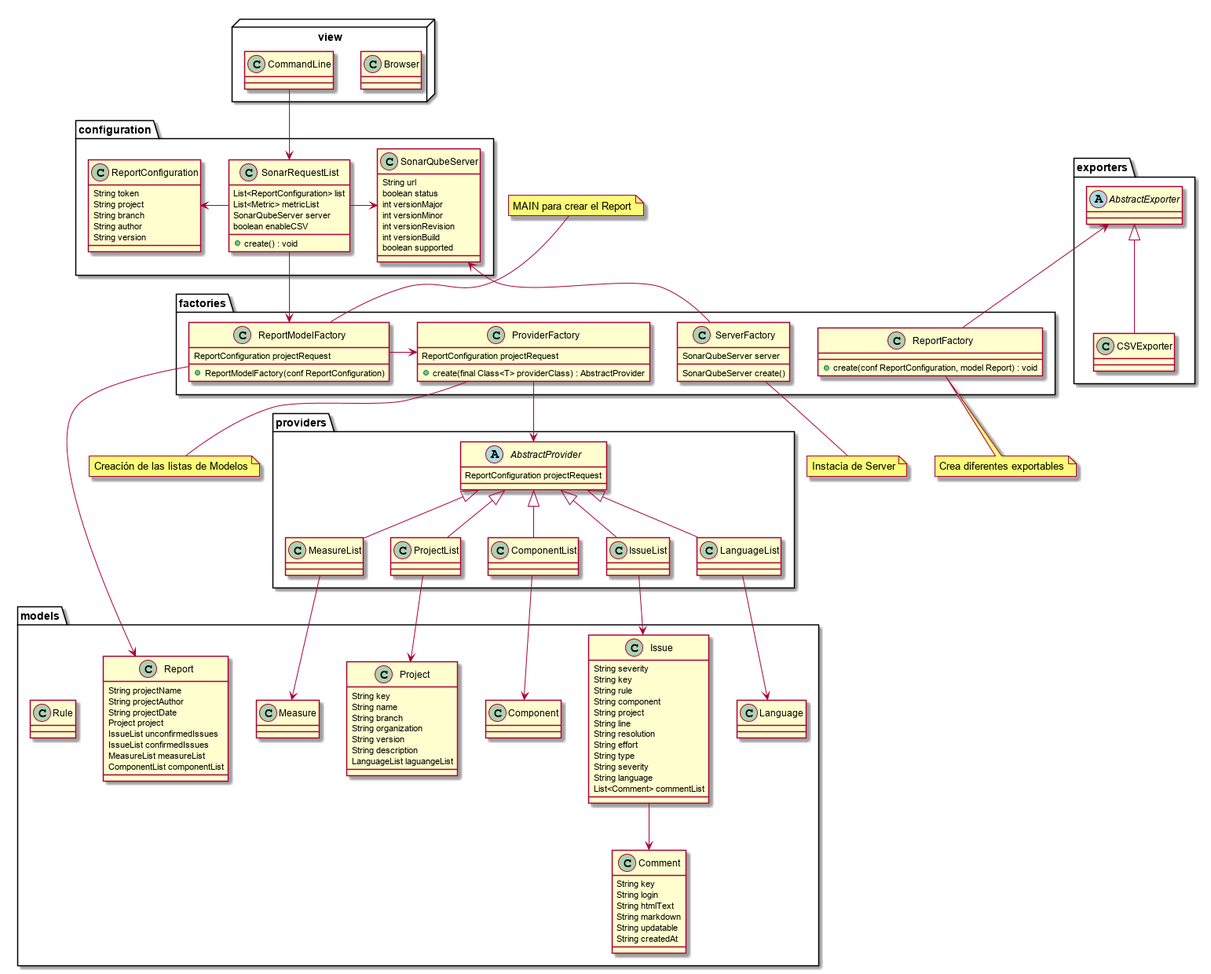
Above: SonarReportMaven/out/diagrama_de_clases/components.png in iakigarci/SonarReport (PlantUML), before the change. The source it was exported from:
```plantuml
@startuml components

package providers {

    abstract AbstractProvider {
        ReportConfiguration projectRequest
    }

    class ComponentList {

    }

    class IssueList {

    }

    class LanguageList {

    }

    class MeasureList {

    }

    class ProjectList {

    }

}

package factories {
    class ProviderFactory {
        ReportConfiguration projectRequest
        +create(final Class<T> providerClass) : AbstractProvider
    }

    class ReportFactory {
        +create(conf ReportConfiguration, model Report) : void
    }

    class ReportModelFactory {
        ReportConfiguration projectRequest
        +ReportModelFactory(conf ReportConfiguration)
    }

    class ServerFactory {
        SonarQubeServer server
        SonarQubeServer create()
    }
}

package exporters {
    abstract AbstractExporter {

    }

    class CSVExporter {

    }
}

package models {
    class Comment {
        String key
        String login
        String htmlText
        String markdown
        String updatable
        String createdAt
    }

    class Component {

    }

    class Issue {
         String severity
         String key
         String rule
         String component
         String project
         String line
         String resolution
         String effort
         String type
         String severity
         String language
         List<Comment> commentList
    }

    class Language {

    }

    class Measure {

    }

    class Project {
        String key
        String name
        String branch
        String organization
        String version
        String description
        LanguageList laguangeList
    }

    class Report {
        String projectName
        String projectAuthor
        String projectDate
        Project project
        IssueList unconfirmedIssues
        IssueList confirmedIssues
        MeasureList measureList
        ComponentList componentList
    }

    class Rule {

    }
}

package configuration {
    class SonarRequestList {
        List<ReportConfiguration> list
        List<Metric> metricList
        SonarQubeServer server
        boolean enableCSV
        +create() : void
    }

    class ReportConfiguration {
        String token
        String project
        String branch
        String author
        String version
    }


    class SonarQubeServer {
        String url
        boolean status
        int versionMajor
        int versionMinor
        int versionRevision
        int versionBuild
        boolean supported
    }
}

package view <<Node>> {
    class Browser {

    }

    class CommandLine {

    }
}

IssueList -up-|> AbstractProvider
ComponentList -up-|> AbstractProvider
LanguageList -up-|> AbstractProvider
MeasureList -up-|> AbstractProvider
ProjectList -up-|> AbstractProvider

ComponentList -down-> Component
IssueList -down-> Issue
LanguageList -down-> Language
MeasureList -down-> Measure
ProjectList -down-> Project
Issue -down-> Comment

ReportModelFactory -> Report
ProviderFactory -down-> AbstractProvider
ReportFactory -up-> AbstractExporter
ServerFactory -up-> SonarQubeServer
ReportModelFactory -> ProviderFactory

CSVExporter -up-|> AbstractExporter

CommandLine -down-> SonarRequestList
SonarRequestList -left-> ReportConfiguration
SonarRequestList -right-> SonarQubeServer
SonarRequestList -down-> ReportModelFactory

note "Creación de las listas de Modelos" as N1
note "Instacia de Server" as N2
note "MAIN para crear el Report" as N3
note "Crea diferentes exportables" as N4
N1 -up-> ProviderFactory
N2 -up-> ServerFactory
N3 -down-> ReportModelFactory
N4 -up-> ReportFactory

@enduml
```
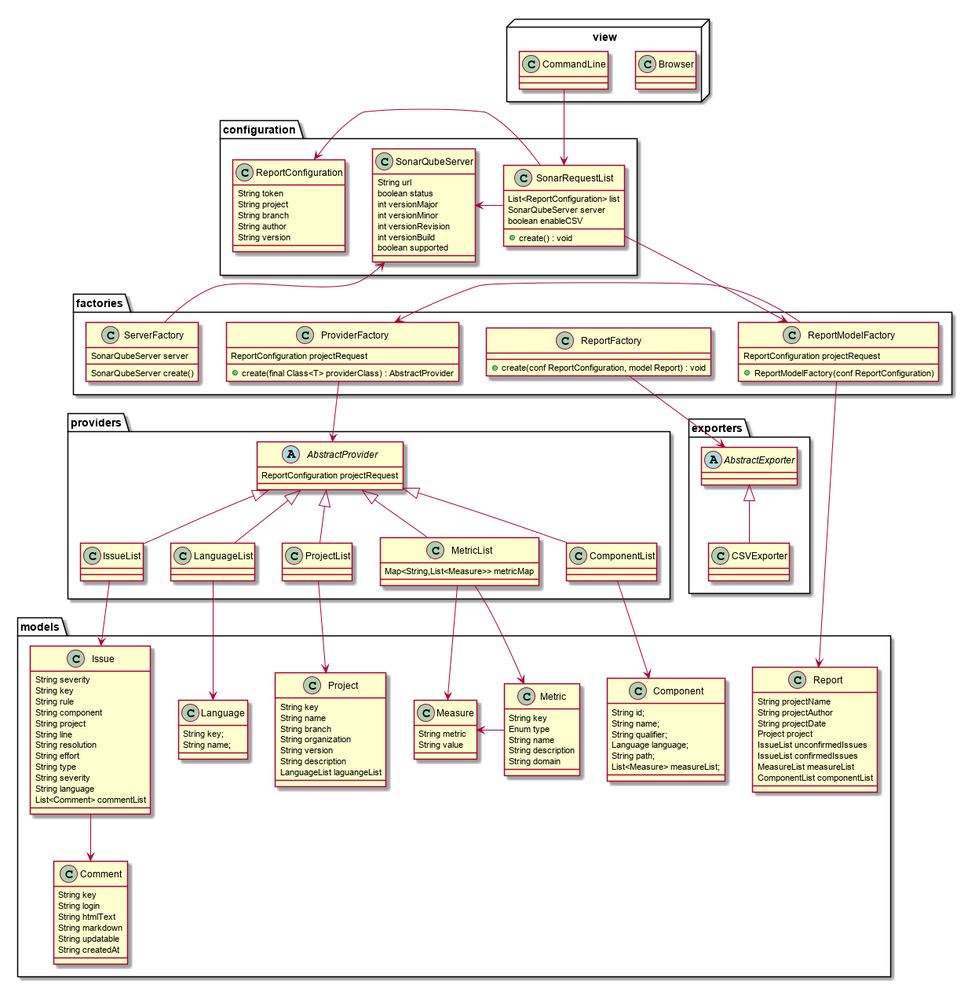
Above is the later version.

Diff of the diagram source:
```diff
@@ -18,12 +18,12 @@
 
     }
 
-    class MeasureList {
+    class ProjectList {
 
     }
 
-    class ProjectList {
-
+    class MetricList {
+        Map<String,List<Measure>> metricMap
     }
 
 }
@@ -70,8 +70,14 @@
     }
 
     class Component {
+        String id;
+        String name;
+        String qualifier;
+        Language language;
+        String path;
+        List<Measure> measureList;
+    }
 
-    }
 
     class Issue {
          String severity
@@ -89,11 +95,13 @@
     }
 
     class Language {
-
+        String key;
+        String name;
     }
 
     class Measure {
-
+        String metric
+        String value
     }
 
     class Project {
@@ -117,7 +125,12 @@
         ComponentList componentList
     }
 
-    class Rule {
+    class Metric {
+        String key
+        Enum type
+        String name
+        String description
+        String domain
 
     }
 }
@@ -125,7 +138,6 @@
 package configuration {
     class SonarRequestList {
         List<ReportConfiguration> list
-        List<Metric> metricList
         SonarQubeServer server
         boolean enableCSV
         +create() : void
@@ -164,19 +176,22 @@
 IssueList -up-|> AbstractProvider
 ComponentList -up-|> AbstractProvider
 LanguageList -up-|> AbstractProvider
-MeasureList -up-|> AbstractProvider
+MetricList -up-|> AbstractProvider
 ProjectList -up-|> AbstractProvider
+MetricList -[hidden]> ComponentList
 
 ComponentList -down-> Component
 IssueList -down-> Issue
 LanguageList -down-> Language
-MeasureList -down-> Measure
 ProjectList -down-> Project
 Issue -down-> Comment
+MetricList -down-> Metric
+MetricList -down-> Measure
+Metric -> Measure
 
 ReportModelFactory -> Report
 ProviderFactory -down-> AbstractProvider
-ReportFactory -up-> AbstractExporter
+ReportFactory -down-> AbstractExporter
 ServerFactory -up-> SonarQubeServer
 ReportModelFactory -> ProviderFactory
 
@@ -187,13 +202,3 @@
 SonarRequestList -right-> SonarQubeServer
 SonarRequestList -down-> ReportModelFactory
 
-note "Creación de las listas de Modelos" as N1
-note "Instacia de Server" as N2
-note "MAIN para crear el Report" as N3
-note "Crea diferentes exportables" as N4
-N1 -up-> ProviderFactory
-N2 -up-> ServerFactory
-N3 -down-> ReportModelFactory
-N4 -up-> ReportFactory
-
-@enduml
```
